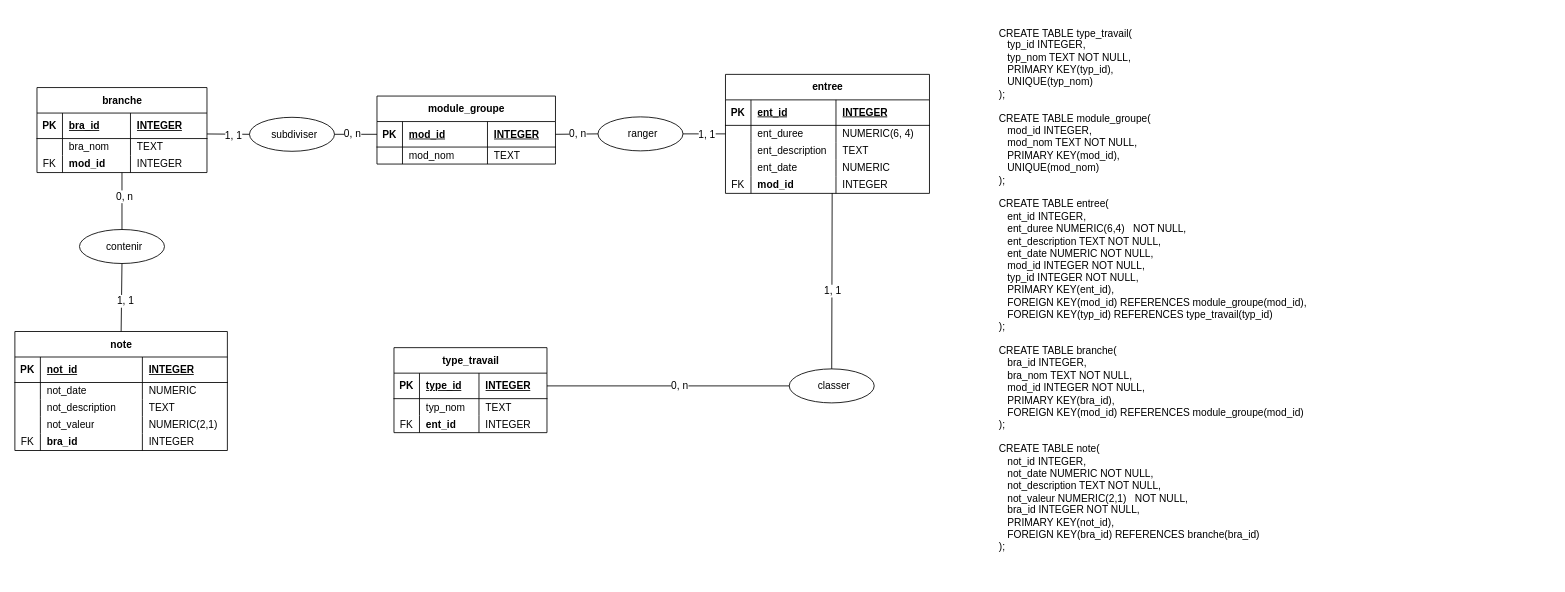
Hoferlukaslh/ScholarLog keeps this draw.io diagram as page "MCD" (3 of 3) of Diagrammes/Diagrammes.drawio. Above is the earlier version. Source tidied: cells renumbered, new cells numbered last; positions are measured from the earlier drawing's top-left corner, leaving out a move shared by most shapes. Both pictures are drawn from the tidied source at 85%, with x=0, y=0 at pixel (14, 32).
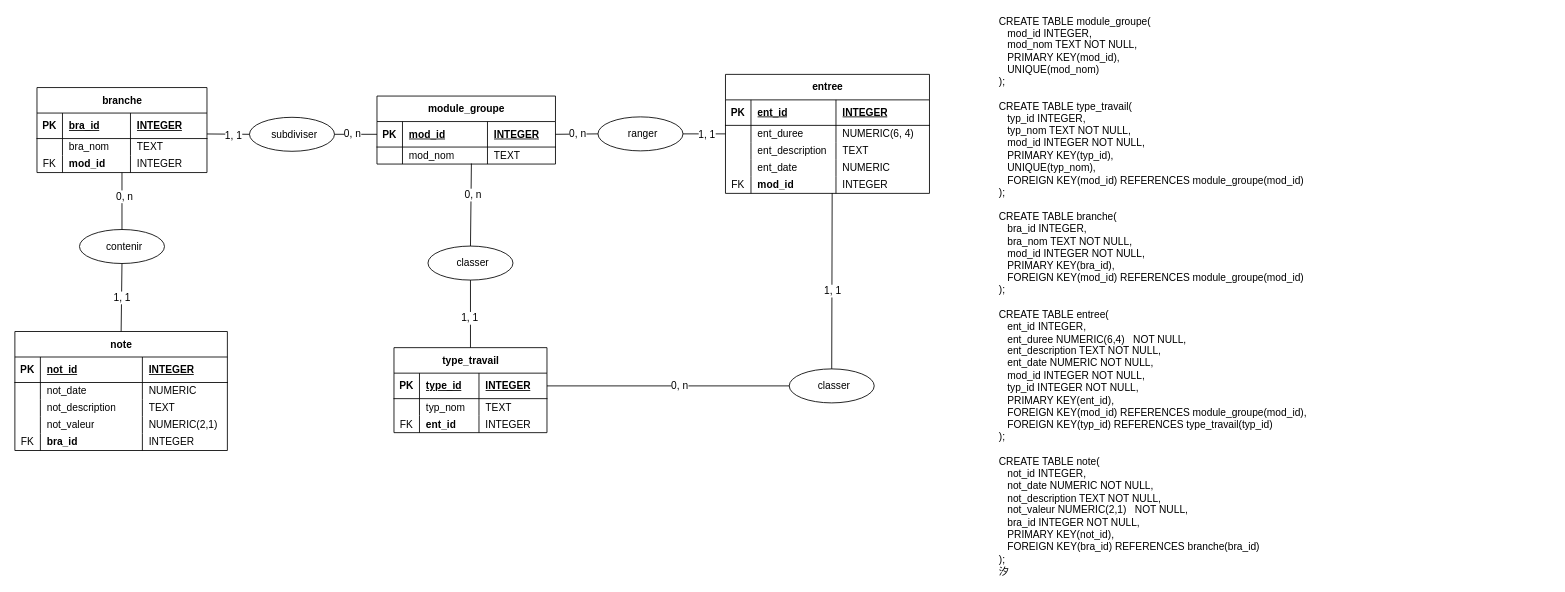
The same page after the edit.

The change refers to these unchanged cells:
```xml
<mxCell id="23" value="type_travail" style="shape=table;startSize=30;childLayout=tableLayout;rowLines=0;fontStyle=1;align=center;html=1;" parent="1" vertex="1">
  <mxGeometry x="446" y="370.5" width="180" height="100" as="geometry" />
</mxCell>
<mxCell id="62" style="shape=tableRow;horizontal=0;startSize=0;swimlaneHead=0;swimlaneBody=0;fillColor=none;points=[[0,0.5],[1,0.5]];portConstraint=eastwest;top=0;left=0;right=0;bottom=0;" parent="57" vertex="1">
  <mxGeometry y="60" width="210" height="20" as="geometry" />
</mxCell>
<mxCell id="85" style="endArrow=none;html=1;rounded=0;fontFamily=Helvetica;fontSize=12;fontColor=default;entryX=0.5;entryY=1;entryDx=0;entryDy=0;exitX=0.5;exitY=0;exitDx=0;exitDy=0;" parent="1" edge="1" source="2" target="82">
  <mxGeometry relative="1" as="geometry" />
</mxCell>
```

What changed in the source:
```diff
@@
     <mxCell id="86" value="1, 1" style="edgeLabel;html=1;align=center;verticalAlign=middle;strokeColor=default;spacingLeft=6;fontFamily=Helvetica;fontSize=12;fontColor=default;fillColor=none;" parent="85" vertex="1">
-      <mxGeometry x="-0.11" y="-1" relative="1" as="geometry" />
+      <mxGeometry x="-0.11" y="-1" relative="1" as="geometry">
+        <mxPoint x="-4" y="-4" as="offset" />
+      </mxGeometry>
     </mxCell>
@@
-    <mxCell id="99" value="&lt;div&gt;CREATE TABLE type_travail(&lt;/div&gt;&lt;div&gt;&amp;nbsp; &amp;nbsp;typ_id INTEGER,&lt;/div&gt;&lt;div&gt;&amp;nbsp; &amp;nbsp;typ_nom TEXT NOT NULL,&lt;/div&gt;&lt;div&gt;&amp;nbsp; &amp;nbsp;PRIMARY KEY(typ_id),&lt;/div&gt;&lt;div&gt;&amp;nbsp; &amp;nbsp;UNIQUE(typ_nom)&lt;/div&gt;&lt;div&gt;);&lt;/div&gt;&lt;div&gt;&lt;br&gt;&lt;/div&gt;&lt;div&gt;CREATE TABLE module_groupe(&lt;/div&gt;&lt;div&gt;&amp;nbsp; &amp;nbsp;mod_id INTEGER,&lt;/div&gt;&lt;div&gt;&amp;nbsp; &amp;nbsp;mod_nom TEXT NOT NULL,&lt;/div&gt;&lt;div&gt;&amp;nbsp; &amp;nbsp;PRIMARY KEY(mod_id),&lt;/div&gt;&lt;div&gt;&amp;nbsp; &amp;nbsp;UNIQUE(mod_nom)&lt;/div&gt;&lt;div&gt;);&lt;/div&gt;&lt;div&gt;&lt;br&gt;&lt;/div&gt;&lt;div&gt;CREATE TABLE entree(&lt;/div&gt;&lt;div&gt;&amp;nbsp; &amp;nbsp;ent_id INTEGER,&lt;/div&gt;&lt;div&gt;&amp;nbsp; &amp;nbsp;ent_duree NUMERIC(6,4)&amp;nbsp; &amp;nbsp;NOT NULL,&lt;/div&gt;&lt;div&gt;&amp;nbsp; &amp;nbsp;ent_description TEXT NOT NULL,&lt;/div&gt;&lt;div&gt;&amp;nbsp; &amp;nbsp;ent_date NUMERIC NOT NULL,&lt;/div&gt;&lt;div&gt;&amp;nbsp; &amp;nbsp;mod_id INTEGER NOT NULL,&lt;/div&gt;&lt;div&gt;&amp;nbsp; &amp;nbsp;typ_id INTEGER NOT NULL,&lt;/div&gt;&lt;div&gt;&amp;nbsp; &amp;nbsp;PRIMARY KEY(ent_id),&lt;/div&gt;&lt;div&gt;&amp;nbsp; &amp;nbsp;FOREIGN KEY(mod_id) REFERENCES module_groupe(mod_id),&lt;/div&gt;&lt;div&gt;&amp;nbsp; &amp;nbsp;FOREIGN KEY(typ_id) REFERENCES type_travail(typ_id)&lt;/div&gt;&lt;div&gt;);&lt;/div&gt;&lt;div&gt;&lt;br&gt;&lt;/div&gt;&lt;div&gt;CREATE TABLE branche(&lt;/div&gt;&lt;div&gt;&amp;nbsp; &amp;nbsp;bra_id INTEGER,&lt;/div&gt;&lt;div&gt;&amp;nbsp; &amp;nbsp;bra_nom TEXT NOT NULL,&lt;/div&gt;&lt;div&gt;&amp;nbsp; &amp;nbsp;mod_id INTEGER NOT NULL,&lt;/div&gt;&lt;div&gt;&amp;nbsp; &amp;nbsp;PRIMARY KEY(bra_id),&lt;/div&gt;&lt;div&gt;&amp;nbsp; &amp;nbsp;FOREIGN KEY(mod_id) REFERENCES module_groupe(mod_id)&lt;/div&gt;&lt;div&gt;);&lt;/div&gt;&lt;div&gt;&lt;br&gt;&lt;/div&gt;&lt;div&gt;CREATE TABLE note(&lt;/div&gt;&lt;div&gt;&amp;nbsp; &amp;nbsp;not_id INTEGER,&lt;/div&gt;&lt;div&gt;&amp;nbsp; &amp;nbsp;not_date NUMERIC NOT NULL,&lt;/div&gt;&lt;div&gt;&amp;nbsp; &amp;nbsp;not_description TEXT NOT NULL,&lt;/div&gt;&lt;div&gt;&amp;nbsp; &amp;nbsp;not_valeur NUMERIC(2,1)&amp;nbsp; &amp;nbsp;NOT NULL,&lt;/div&gt;&lt;div&gt;&amp;nbsp; &amp;nbsp;bra_id INTEGER NOT NULL,&lt;/div&gt;&lt;div&gt;&amp;nbsp; &amp;nbsp;PRIMARY KEY(not_id),&lt;/div&gt;&lt;div&gt;&amp;nbsp; &amp;nbsp;FOREIGN KEY(bra_id) REFERENCES branche(bra_id)&lt;/div&gt;&lt;div&gt;);&lt;/div&gt;&lt;div&gt;&lt;br&gt;&lt;/div&gt;" style="text;html=1;whiteSpace=wrap;strokeColor=none;fillColor=none;align=left;verticalAlign=middle;rounded=0;fontFamily=Helvetica;fontSize=12;fontColor=default;" parent="1" vertex="1">
+    <mxCell id="99" value="&lt;div&gt;&lt;div&gt;CREATE TABLE module_groupe(&lt;/div&gt;&lt;div&gt;&amp;nbsp; &amp;nbsp;mod_id INTEGER,&lt;/div&gt;&lt;div&gt;&amp;nbsp; &amp;nbsp;mod_nom TEXT NOT NULL,&lt;/div&gt;&lt;div&gt;&amp;nbsp; &amp;nbsp;PRIMARY KEY(mod_id),&lt;/div&gt;&lt;div&gt;&amp;nbsp; &amp;nbsp;UNIQUE(mod_nom)&lt;/div&gt;&lt;div&gt;);&lt;/div&gt;&lt;div&gt;&lt;br&gt;&lt;/div&gt;&lt;div&gt;CREATE TABLE type_travail(&lt;/div&gt;&lt;div&gt;&amp;nbsp; &amp;nbsp;typ_id INTEGER,&lt;/div&gt;&lt;div&gt;&amp;nbsp; &amp;nbsp;typ_nom TEXT NOT NULL,&lt;/div&gt;&lt;div&gt;&amp;nbsp; &amp;nbsp;mod_id INTEGER NOT NULL,&lt;/div&gt;&lt;div&gt;&amp;nbsp; &amp;nbsp;PRIMARY KEY(typ_id),&lt;/div&gt;&lt;div&gt;&amp;nbsp; &amp;nbsp;UNIQUE(typ_nom),&lt;/div&gt;&lt;div&gt;&amp;nbsp; &amp;nbsp;FOREIGN KEY(mod_id) REFERENCES module_groupe(mod_id)&lt;/div&gt;&lt;div&gt;);&lt;/div&gt;&lt;div&gt;&lt;br&gt;&lt;/div&gt;&lt;div&gt;CREATE TABLE branche(&lt;/div&gt;&lt;div&gt;&amp;nbsp; &amp;nbsp;bra_id INTEGER,&lt;/div&gt;&lt;div&gt;&amp;nbsp; &amp;nbsp;bra_nom TEXT NOT NULL,&lt;/div&gt;&lt;div&gt;&amp;nbsp; &amp;nbsp;mod_id INTEGER NOT NULL,&lt;/div&gt;&lt;div&gt;&amp;nbsp; &amp;nbsp;PRIMARY KEY(bra_id),&lt;/div&gt;&lt;div&gt;&amp;nbsp; &amp;nbsp;FOREIGN KEY(mod_id) REFERENCES module_groupe(mod_id)&lt;/div&gt;&lt;div&gt;);&lt;/div&gt;&lt;div&gt;&lt;br&gt;&lt;/div&gt;&lt;div&gt;CREATE TABLE entree(&lt;/div&gt;&lt;div&gt;&amp;nbsp; &amp;nbsp;ent_id INTEGER,&lt;/div&gt;&lt;div&gt;&amp;nbsp; &amp;nbsp;ent_duree NUMERIC(6,4)&amp;nbsp; &amp;nbsp;NOT NULL,&lt;/div&gt;&lt;div&gt;&amp;nbsp; &amp;nbsp;ent_description TEXT NOT NULL,&lt;/div&gt;&lt;div&gt;&amp;nbsp; &amp;nbsp;ent_date NUMERIC NOT NULL,&lt;/div&gt;&lt;div&gt;&amp;nbsp; &amp;nbsp;mod_id INTEGER NOT NULL,&lt;/div&gt;&lt;div&gt;&amp;nbsp; &amp;nbsp;typ_id INTEGER NOT NULL,&lt;/div&gt;&lt;div&gt;&amp;nbsp; &amp;nbsp;PRIMARY KEY(ent_id),&lt;/div&gt;&lt;div&gt;&amp;nbsp; &amp;nbsp;FOREIGN KEY(mod_id) REFERENCES module_groupe(mod_id),&lt;/div&gt;&lt;div&gt;&amp;nbsp; &amp;nbsp;FOREIGN KEY(typ_id) REFERENCES type_travail(typ_id)&lt;/div&gt;&lt;div&gt;);&lt;/div&gt;&lt;div&gt;&lt;br&gt;&lt;/div&gt;&lt;div&gt;CREATE TABLE note(&lt;/div&gt;&lt;div&gt;&amp;nbsp; &amp;nbsp;not_id INTEGER,&lt;/div&gt;&lt;div&gt;&amp;nbsp; &amp;nbsp;not_date NUMERIC NOT NULL,&lt;/div&gt;&lt;div&gt;&amp;nbsp; &amp;nbsp;not_description TEXT NOT NULL,&lt;/div&gt;&lt;div&gt;&amp;nbsp; &amp;nbsp;not_valeur NUMERIC(2,1)&amp;nbsp; &amp;nbsp;NOT NULL,&lt;/div&gt;&lt;div&gt;&amp;nbsp; &amp;nbsp;bra_id INTEGER NOT NULL,&lt;/div&gt;&lt;div&gt;&amp;nbsp; &amp;nbsp;PRIMARY KEY(not_id),&lt;/div&gt;&lt;div&gt;&amp;nbsp; &amp;nbsp;FOREIGN KEY(bra_id) REFERENCES branche(bra_id)&lt;/div&gt;&lt;div&gt;);&lt;/div&gt;&lt;div&gt;汐&lt;/div&gt;&lt;/div&gt;" style="text;html=1;whiteSpace=wrap;strokeColor=none;fillColor=none;align=left;verticalAlign=middle;rounded=0;fontFamily=Helvetica;fontSize=12;fontColor=default;" parent="1" vertex="1">
       <mxGeometry x="1156" width="650" height="620" as="geometry" />
     </mxCell>
+    <mxCell id="100" value="classer" style="ellipse;whiteSpace=wrap;html=1;align=center;strokeColor=default;verticalAlign=middle;spacingLeft=6;fontFamily=Helvetica;fontSize=12;fontColor=default;fillColor=none;" parent="1" vertex="1">
+      <mxGeometry x="486" y="251" width="100" height="40" as="geometry" />
+    </mxCell>
+    <mxCell id="101" style="endArrow=none;html=1;rounded=0;fontFamily=Helvetica;fontSize=12;fontColor=default;entryX=0.529;entryY=0.969;entryDx=0;entryDy=0;exitX=0.5;exitY=0;exitDx=0;exitDy=0;entryPerimeter=0;exitPerimeter=0;" parent="1" edge="1" source="100" target="62">
+      <mxGeometry relative="1" as="geometry" />
+    </mxCell>
+    <mxCell id="102" value="0, n" style="edgeLabel;html=1;align=center;verticalAlign=middle;strokeColor=default;spacingLeft=6;fontFamily=Helvetica;fontSize=12;fontColor=default;fillColor=none;" parent="101" vertex="1">
+      <mxGeometry x="0.39" y="2" relative="1" as="geometry">
+        <mxPoint x="1" y="8" as="offset" />
+      </mxGeometry>
+    </mxCell>
+    <mxCell id="103" style="endArrow=none;html=1;rounded=0;fontFamily=Helvetica;fontSize=12;fontColor=default;entryX=0.5;entryY=1;entryDx=0;entryDy=0;exitX=0.5;exitY=0;exitDx=0;exitDy=0;" parent="1" edge="1" source="23" target="100">
+      <mxGeometry relative="1" as="geometry" />
+    </mxCell>
+    <mxCell id="104" value="1, 1" style="edgeLabel;html=1;align=center;verticalAlign=middle;strokeColor=default;spacingLeft=6;fontFamily=Helvetica;fontSize=12;fontColor=default;fillColor=none;" parent="103" vertex="1">
+      <mxGeometry x="-0.11" y="-1" relative="1" as="geometry">
+        <mxPoint x="-6" as="offset" />
+      </mxGeometry>
+    </mxCell>
```
